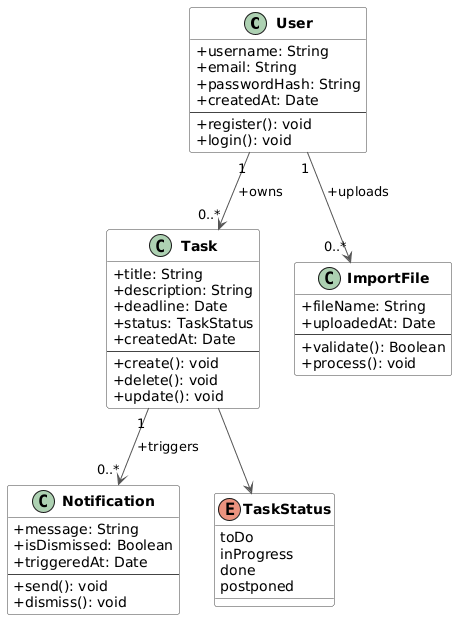
Earlier version of the PlantUML export docs/conceptual_model.png (Dummage/ISS).
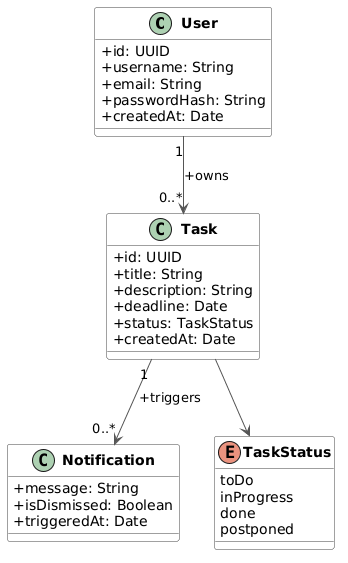
Above is the later version.

Commit message:
Changed conceptual model

Diff of the diagram source:
```diff
@@ -6,43 +6,28 @@
 skinparam ArrowColor #555
 
 class User {
+  + id: UUID
   +username: String
   +email: String
   +passwordHash: String
   +createdAt: Date
-  --
-  +register(): void
-  +login(): void
 }
 
 class Task {
+  +id: UUID
   +title: String
   +description: String
   +deadline: Date
   +status: TaskStatus
   +createdAt: Date
-  --
-  +create(): void
-  +delete(): void
-  +update(): void
 }
 
 class Notification {
   +message: String
   +isDismissed: Boolean
   +triggeredAt: Date
-  --
-  +send(): void
-  +dismiss(): void
 }
 
-class ImportFile {
-  +fileName: String
-  +uploadedAt: Date
-  --
-  +validate(): Boolean
-  +process(): void
-}
 
 enum TaskStatus {
   toDo
@@ -52,7 +37,6 @@
 }
 
 User "1" --> "0..*" Task : +owns
-User "1" --> "0..*" ImportFile : +uploads
 Task "1" --> "0..*" Notification : +triggers
 Task --> TaskStatus
 @enduml
```
